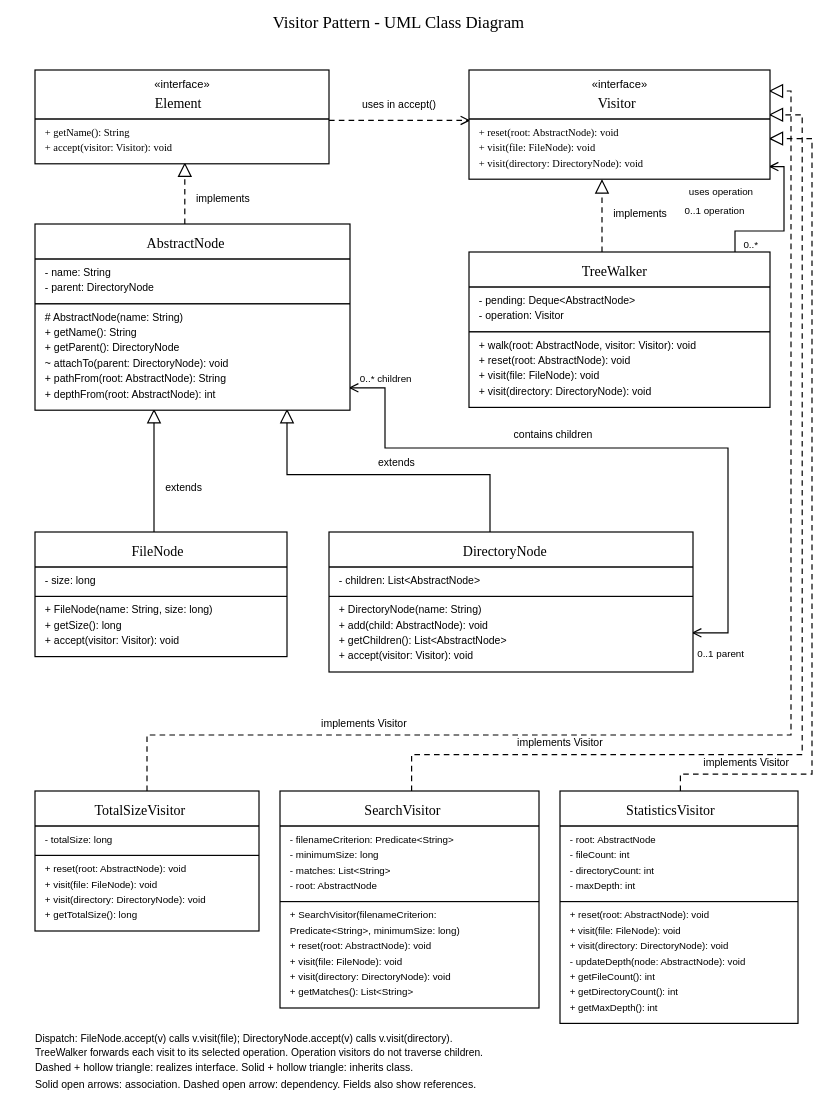
tnaumovv/assignment6-visitor-pattern keeps this PlantUML diagram as report/Visitor_Class_Diagram.svg. Above is the earlier version. Its source is kept beside it as report/Visitor_Class_Diagram.puml.
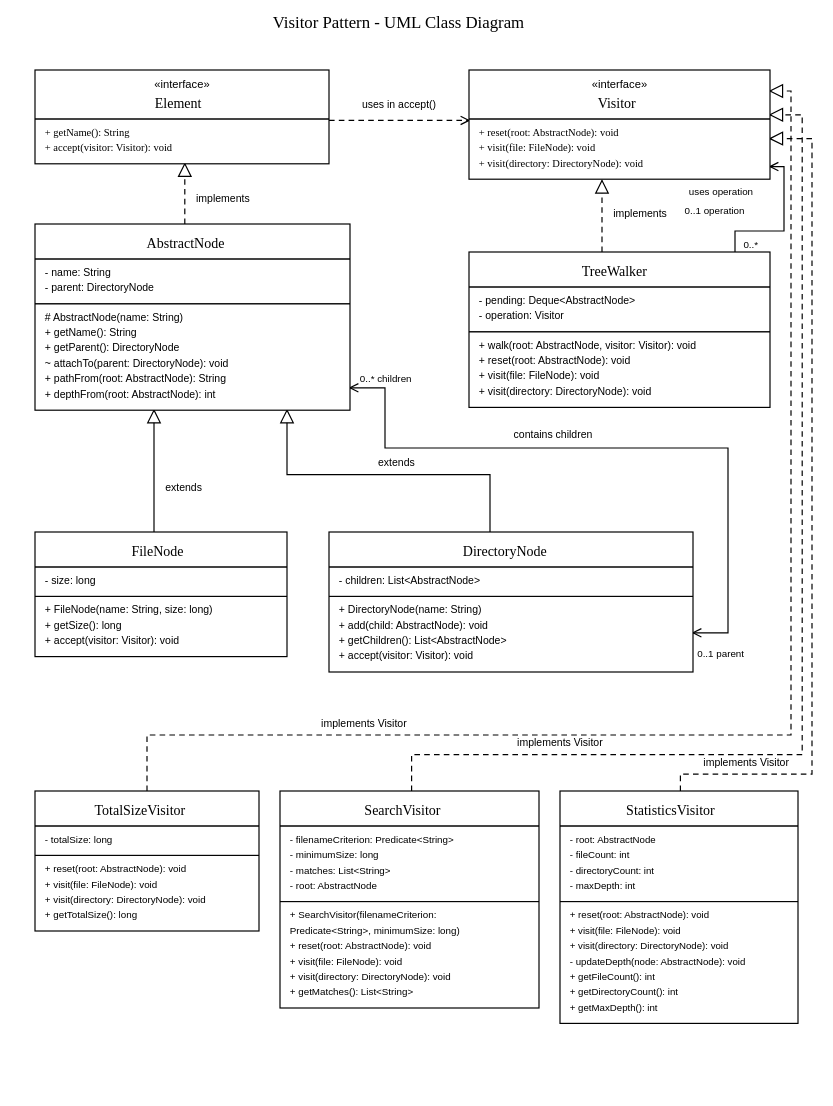
Later version of the same file.

Commit message:
Remove explanatory footer text from UML diagram

The edit, as a diff of the source:
```diff
@@ -91,9 +91,6 @@
   Other stored references are shown as typed fields.
 end note
 note bottom of Visitor
-  FileNode.accept(v) calls v.visit(file).
-  DirectoryNode.accept(v) calls v.visit(directory).
-  TreeWalker forwards each visit to its selected operation.
   TreeWalker alone owns traversal and resets the operation.
   Main, tests, standard library classes and inherited members are omitted.
 end note
```
